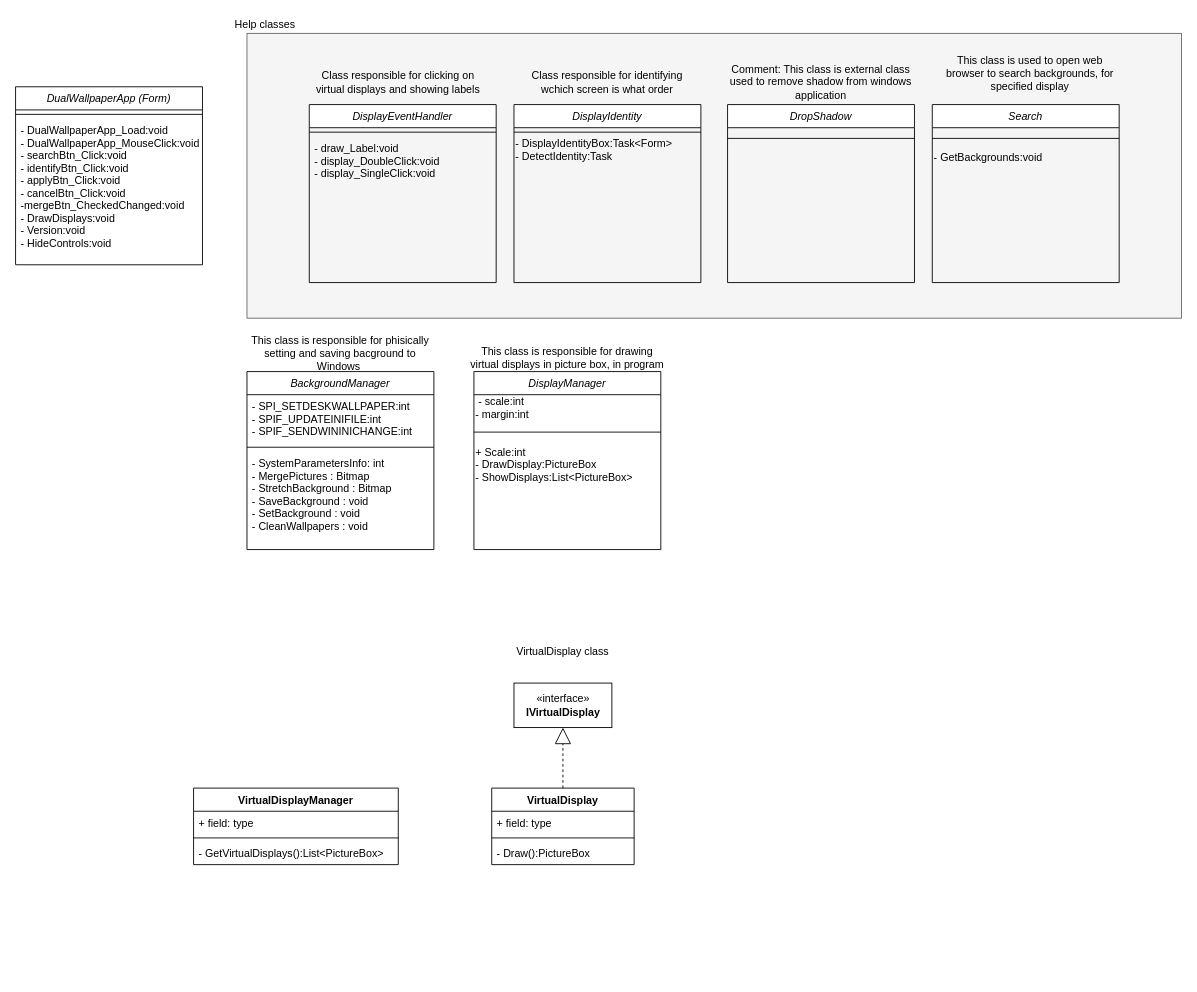
Above: DualWallpaper/DualWallpaperClasses.drawio in Pawel-Szymczyk/DualDesktopWallpaper (draw.io), before the change. Source tidied: cells renumbered, new cells numbered last; positions are measured from the earlier drawing's top-left corner, leaving out a move shared by most shapes. Both pictures are drawn from the tidied source at 89%, with x=0, y=0 at pixel (15, 15).
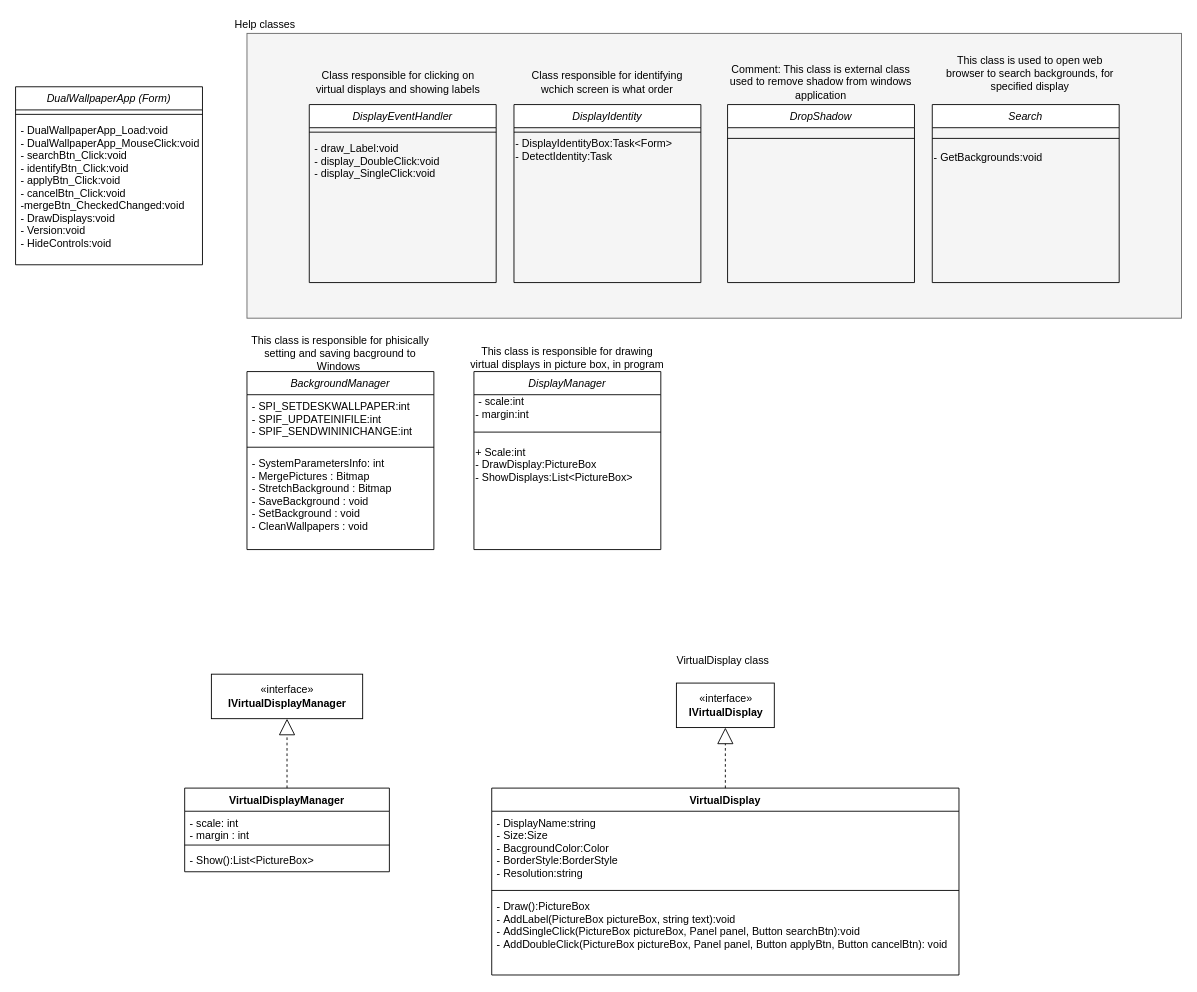
After the change.

Commit message (it also covers changes not shown here):
Add new class VirtualDisplayManager and its interface

Change to the diagram source:
```diff
@@
     <mxCell id="30" value="VirtualDisplay class" style="text;html=1;strokeColor=none;fillColor=none;align=center;verticalAlign=middle;whiteSpace=wrap;rounded=0;" parent="1" vertex="1">
-      <mxGeometry x="530" y="700" width="170" height="30" as="geometry" />
+      <mxGeometry x="710" y="710" width="170" height="30" as="geometry" />
     </mxCell>
@@
     <mxCell id="33" value="«interface»&lt;br&gt;&lt;b&gt;IVirtualDisplay&lt;/b&gt;" style="html=1;" parent="1" vertex="1">
-      <mxGeometry x="560" y="750" width="110" height="50" as="geometry" />
+      <mxGeometry x="742.5" y="750" width="110" height="50" as="geometry" />
     </mxCell>
     <mxCell id="34" value="VirtualDisplay" style="swimlane;fontStyle=1;align=center;verticalAlign=top;horizontal=1;startSize=26;" parent="1" vertex="1">
-      <mxGeometry x="535" y="868" width="160" height="86" as="geometry" />
+      <mxGeometry x="535" y="868" width="525" height="210" as="geometry" />
     </mxCell>
-    <mxCell id="35" value="+ field: type" style="text;strokeColor=none;fillColor=none;align=left;verticalAlign=top;spacingLeft=4;spacingRight=4;overflow=hidden;" parent="34" vertex="1">
-      <mxGeometry y="26" width="160" height="26" as="geometry" />
+    <mxCell id="35" value="- DisplayName:string&#10;- Size:Size&#10;- BacgroundColor:Color&#10;- BorderStyle:BorderStyle&#10;- Resolution:string" style="text;strokeColor=none;fillColor=none;align=left;verticalAlign=top;spacingLeft=4;spacingRight=4;overflow=hidden;" parent="34" vertex="1">
+      <mxGeometry y="26" width="525" height="84" as="geometry" />
     </mxCell>
     <mxCell id="36" style="line;strokeWidth=1;fillColor=none;align=left;verticalAlign=middle;spacingTop=-1;spacingLeft=3;spacingRight=3;labelPosition=right;" parent="34" vertex="1">
-      <mxGeometry y="52" width="160" height="8" as="geometry" />
+      <mxGeometry y="110" width="525" height="10" as="geometry" />
     </mxCell>
-    <mxCell id="37" value="- Draw():PictureBox" style="text;strokeColor=none;fillColor=none;align=left;verticalAlign=top;spacingLeft=4;spacingRight=4;overflow=hidden;" parent="34" vertex="1">
-      <mxGeometry y="60" width="160" height="26" as="geometry" />
+    <mxCell id="37" value="- Draw():PictureBox&#10;- AddLabel(PictureBox pictureBox, string text):void&#10;- AddSingleClick(PictureBox pictureBox, Panel panel, Button searchBtn):void&#10;- AddDoubleClick(PictureBox pictureBox, Panel panel, Button applyBtn, Button cancelBtn): void" style="text;strokeColor=none;fillColor=none;align=left;verticalAlign=top;spacingLeft=4;spacingRight=4;overflow=hidden;" parent="34" vertex="1">
+      <mxGeometry y="120" width="525" height="90" as="geometry" />
     </mxCell>
@@
     <mxCell id="39" value="VirtualDisplayManager" style="swimlane;fontStyle=1;align=center;verticalAlign=top;horizontal=1;startSize=26;" parent="1" vertex="1">
-      <mxGeometry x="200" y="868" width="230" height="86" as="geometry" />
+      <mxGeometry x="190" y="868" width="230" height="94" as="geometry" />
     </mxCell>
-    <mxCell id="40" value="+ field: type" style="text;strokeColor=none;fillColor=none;align=left;verticalAlign=top;spacingLeft=4;spacingRight=4;overflow=hidden;" parent="39" vertex="1">
-      <mxGeometry y="26" width="230" height="26" as="geometry" />
+    <mxCell id="40" value="- scale: int&#10;- margin : int" style="text;strokeColor=none;fillColor=none;align=left;verticalAlign=top;spacingLeft=4;spacingRight=4;overflow=hidden;" parent="39" vertex="1">
+      <mxGeometry y="26" width="230" height="34" as="geometry" />
     </mxCell>
     <mxCell id="41" style="line;strokeWidth=1;fillColor=none;align=left;verticalAlign=middle;spacingTop=-1;spacingLeft=3;spacingRight=3;labelPosition=right;" parent="39" vertex="1">
-      <mxGeometry y="52" width="230" height="8" as="geometry" />
+      <mxGeometry y="60" width="230" height="8" as="geometry" />
     </mxCell>
-    <mxCell id="42" value="- GetVirtualDisplays():List&lt;PictureBox&gt;" style="text;strokeColor=none;fillColor=none;align=left;verticalAlign=top;spacingLeft=4;spacingRight=4;overflow=hidden;" parent="39" vertex="1">
-      <mxGeometry y="60" width="230" height="26" as="geometry" />
+    <mxCell id="42" value="- Show():List&lt;PictureBox&gt;" style="text;strokeColor=none;fillColor=none;align=left;verticalAlign=top;spacingLeft=4;spacingRight=4;overflow=hidden;" parent="39" vertex="1">
+      <mxGeometry y="68" width="230" height="26" as="geometry" />
     </mxCell>
+    <mxCell id="43" value="«interface»&lt;br&gt;&lt;b&gt;IVirtualDisplayManager&lt;/b&gt;" style="html=1;" parent="1" vertex="1">
+      <mxGeometry x="220" y="740" width="170" height="50" as="geometry" />
+    </mxCell>
+    <mxCell id="44" style="endArrow=block;endSize=16;endFill=0;html=1;rounded=0;entryX=0.5;entryY=1;entryDx=0;entryDy=0;exitX=0.5;exitY=0;exitDx=0;exitDy=0;dashed=1;" parent="1" edge="1" source="39" target="43">
+      <mxGeometry relative="1" as="geometry" />
+    </mxCell>
```
